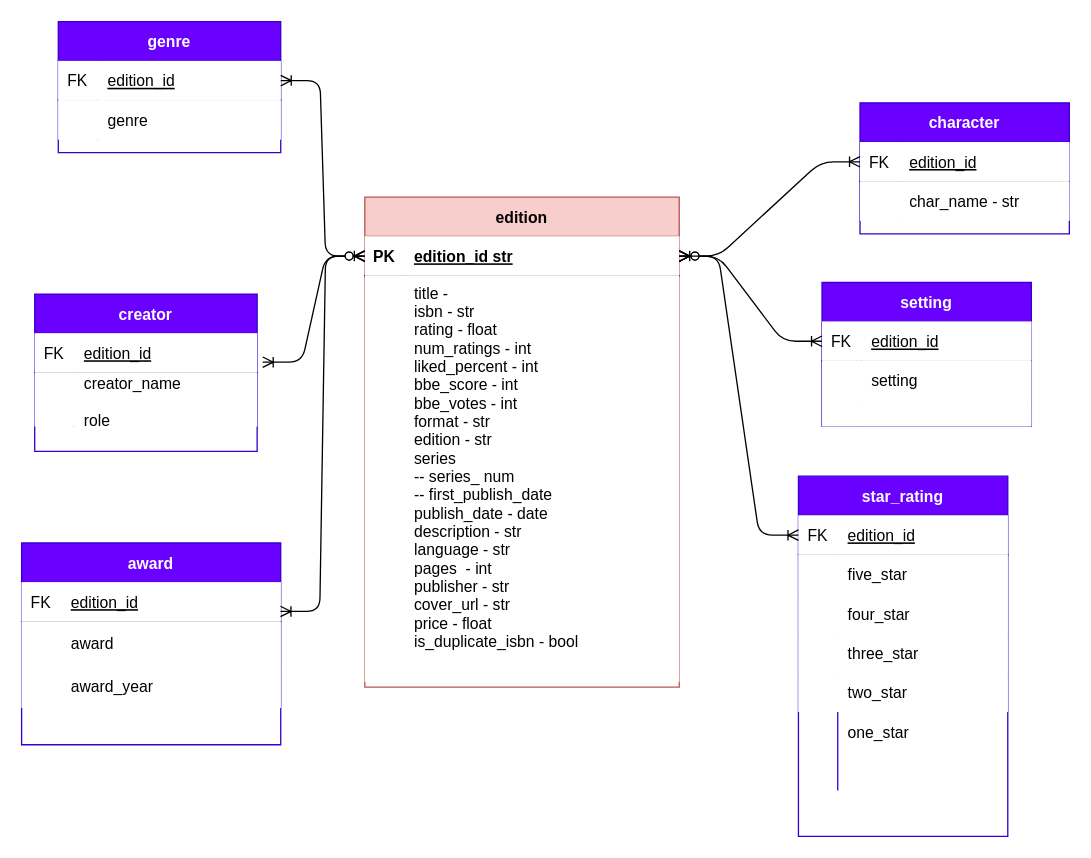
Before: artifacts/books_db.drawio in codeslp/books_db, a draw.io diagram. Source tidied: cells renumbered, new cells numbered last; positions are measured from the earlier drawing's top-left corner, leaving out a move shared by most shapes. Both pictures are drawn from the tidied source at 131%, with x=0, y=0 at pixel (21, 21).
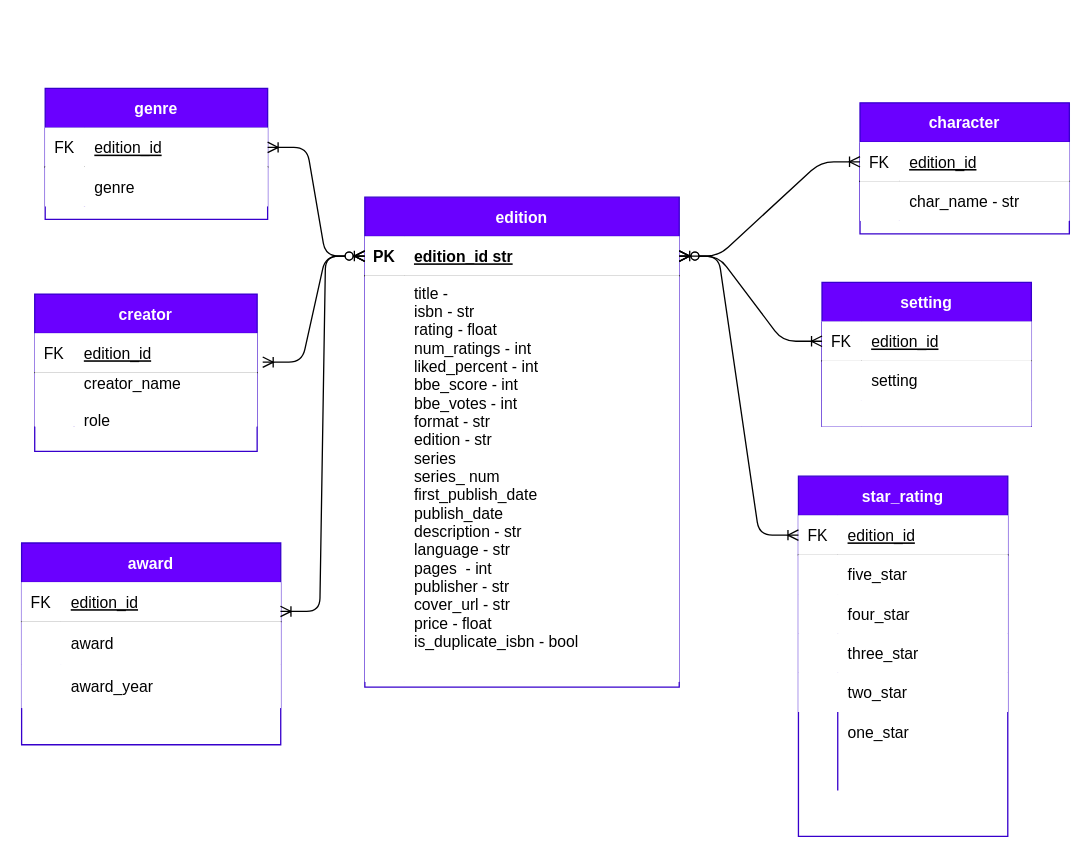
The same page after the edit.

The change refers to these unchanged cells:
```xml
<mxCell id="7" style="shape=partialRectangle;top=0;left=0;right=0;bottom=0;" parent="3" vertex="1">
  <mxGeometry y="60" width="240" height="310" as="geometry" />
</mxCell>
```

What changed in the source:
```diff
@@
-    <mxCell id="3" value="edition" style="shape=table;startSize=30;childLayout=tableLayout;rowLines=0;fontStyle=1;align=center;fillColor=#f8cecc;strokeColor=#b85450;" parent="1" vertex="1">
+    <mxCell id="3" value="edition" style="shape=table;startSize=30;childLayout=tableLayout;rowLines=0;fontStyle=1;align=center;fillColor=#6a00ff;strokeColor=#3700CC;fontColor=#ffffff;" parent="1" vertex="1">
       <mxGeometry x="262" y="134" width="240" height="374" as="geometry" />
     </mxCell>
@@
-    <mxCell id="9" value="title - &#10;isbn - str&#10;rating - float&#10;num_ratings - int&#10;liked_percent - int&#10;bbe_score - int&#10;bbe_votes - int&#10;format - str&#10;edition - str&#10;series&#10;-- series_ num&#10;-- first_publish_date&#10;publish_date - date&#10;description - str&#10;language - str&#10;pages  - int&#10;publisher - str&#10;cover_url - str&#10;price - float&#10;is_duplicate_isbn - bool" style="shape=partialRectangle;overflow=hidden;top=0;left=0;bottom=0;right=0;align=left;spacingLeft=6;verticalAlign=top;labelBackgroundColor=none;" parent="7" vertex="1">
+    <mxCell id="9" value="title - &#10;isbn - str&#10;rating - float&#10;num_ratings - int&#10;liked_percent - int&#10;bbe_score - int&#10;bbe_votes - int&#10;format - str&#10;edition - str&#10;series&#10;series_ num&#10;first_publish_date&#10;publish_date&#10;description - str&#10;language - str&#10;pages  - int&#10;publisher - str&#10;cover_url - str&#10;price - float&#10;is_duplicate_isbn - bool" style="shape=partialRectangle;overflow=hidden;top=0;left=0;bottom=0;right=0;align=left;spacingLeft=6;verticalAlign=top;labelBackgroundColor=none;" parent="7" vertex="1">
       <mxGeometry x="30" width="210" height="310" as="geometry" />
     </mxCell>
@@
     <mxCell id="17" value="genre" style="shape=table;startSize=30;childLayout=tableLayout;rowLines=0;fontStyle=1;align=center;fillColor=#6a00ff;strokeColor=#3700CC;fontColor=#ffffff;" parent="1" vertex="1">
-      <mxGeometry x="28" width="169.8" height="100" as="geometry" />
+      <mxGeometry x="18" y="51" width="169.8" height="100" as="geometry" />
     </mxCell>
```
